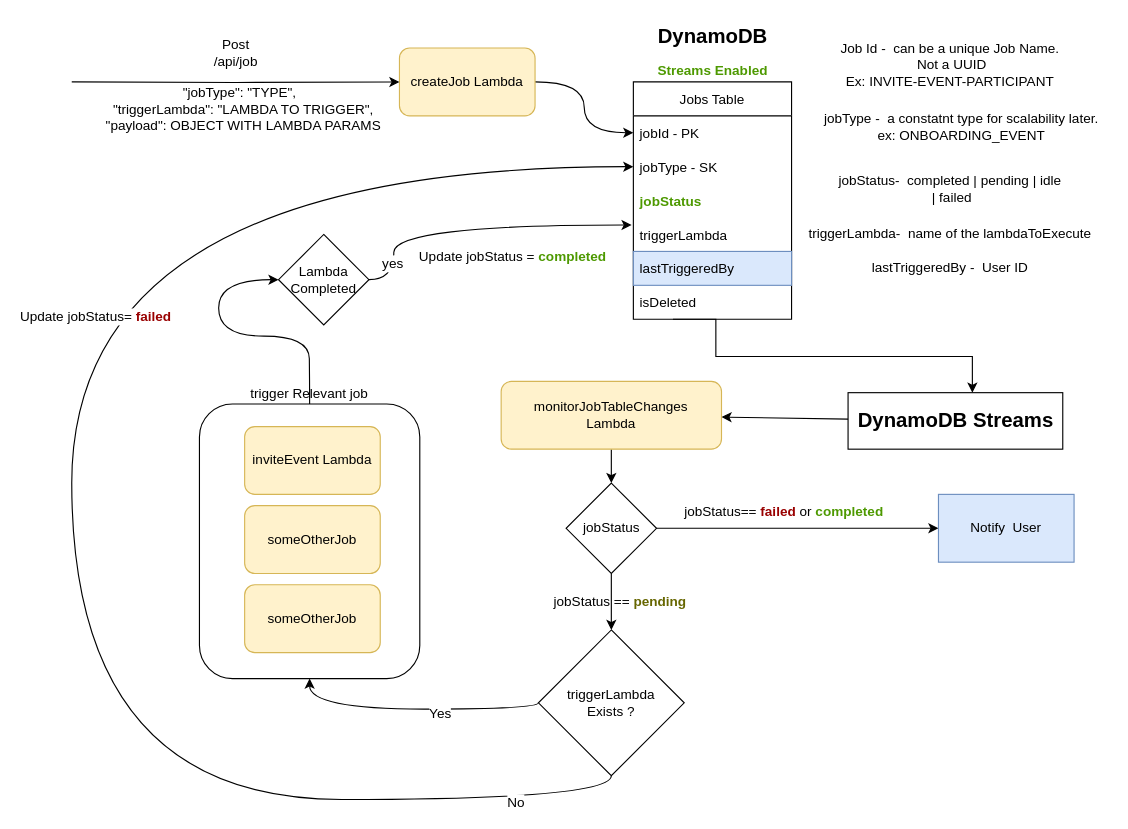
Before: Background Job Flow.drawio in heshanWick/superglu-diagrams, a draw.io diagram. Source tidied: cells renumbered, new cells numbered last; positions are measured from the earlier drawing's top-left corner, leaving out a move shared by most shapes. Both pictures are drawn from the tidied source at 113%, with x=0, y=0 at pixel (71, 19).
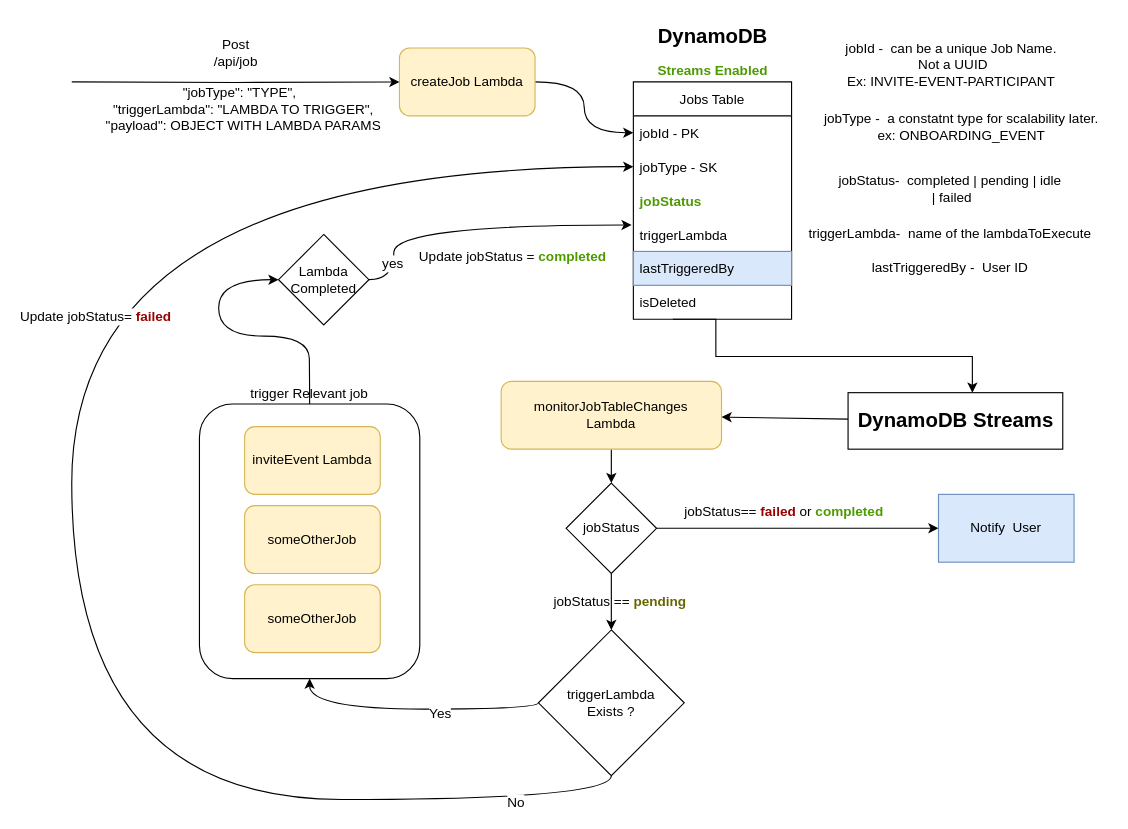
The same diagram, later.

Change to the diagram source:
```diff
@@
-    <mxCell id="14" value="&lt;div&gt;Job Id -&amp;nbsp; can be a unique Job Name.&lt;/div&gt;&lt;div&gt;&amp;nbsp;Not a UUID&lt;/div&gt;&lt;div&gt;Ex: INVITE-EVENT-PARTICIPANT&lt;br&gt;&lt;/div&gt;" style="text;html=1;align=center;verticalAlign=middle;strokeColor=none;fillColor=none;fontSize=12;" parent="1" vertex="1">
-      <mxGeometry x="672" y="15" width="210" height="50" as="geometry" />
+    <mxCell id="14" value="&lt;div&gt;jobId -&amp;nbsp; can be a unique Job Name.&lt;/div&gt;&lt;div&gt;&amp;nbsp;Not a UUID&lt;/div&gt;&lt;div&gt;Ex: INVITE-EVENT-PARTICIPANT&lt;br&gt;&lt;/div&gt;" style="text;html=1;align=center;verticalAlign=middle;strokeColor=none;fillColor=none;fontSize=12;" parent="1" vertex="1">
+      <mxGeometry x="677" y="17" width="201" height="46" as="geometry" />
     </mxCell>
```
